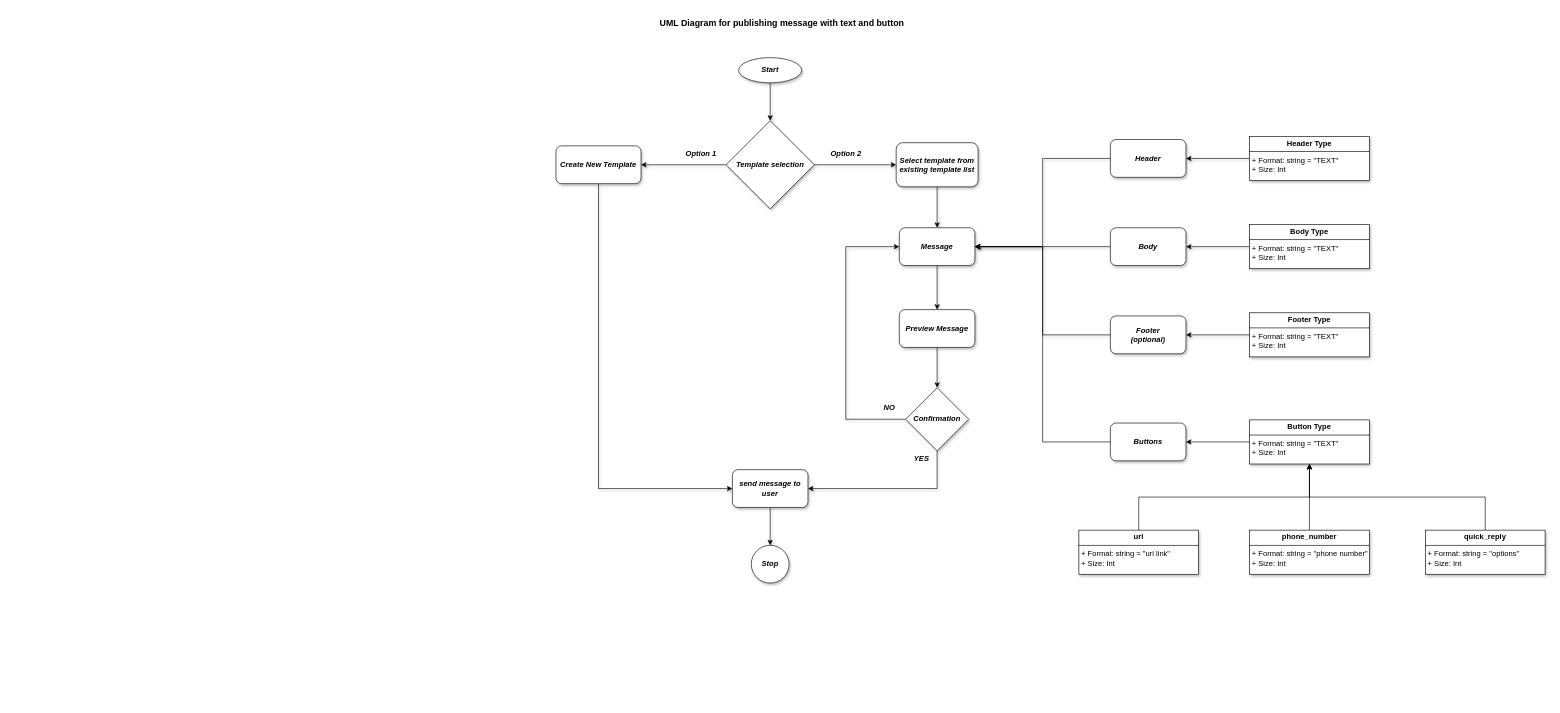
Before: page "text_with_button" (3 of 4) of uml_diagrams/all_templates.drawio in AbhishekSiddagalla/Whatsapp-cloudAPI, a draw.io diagram. Source tidied: cells renumbered, new cells numbered last; positions are measured from the earlier drawing's top-left corner, leaving out a move shared by most shapes. Both pictures are drawn from the tidied source at 63%, with x=0, y=0 at pixel (556, 13).
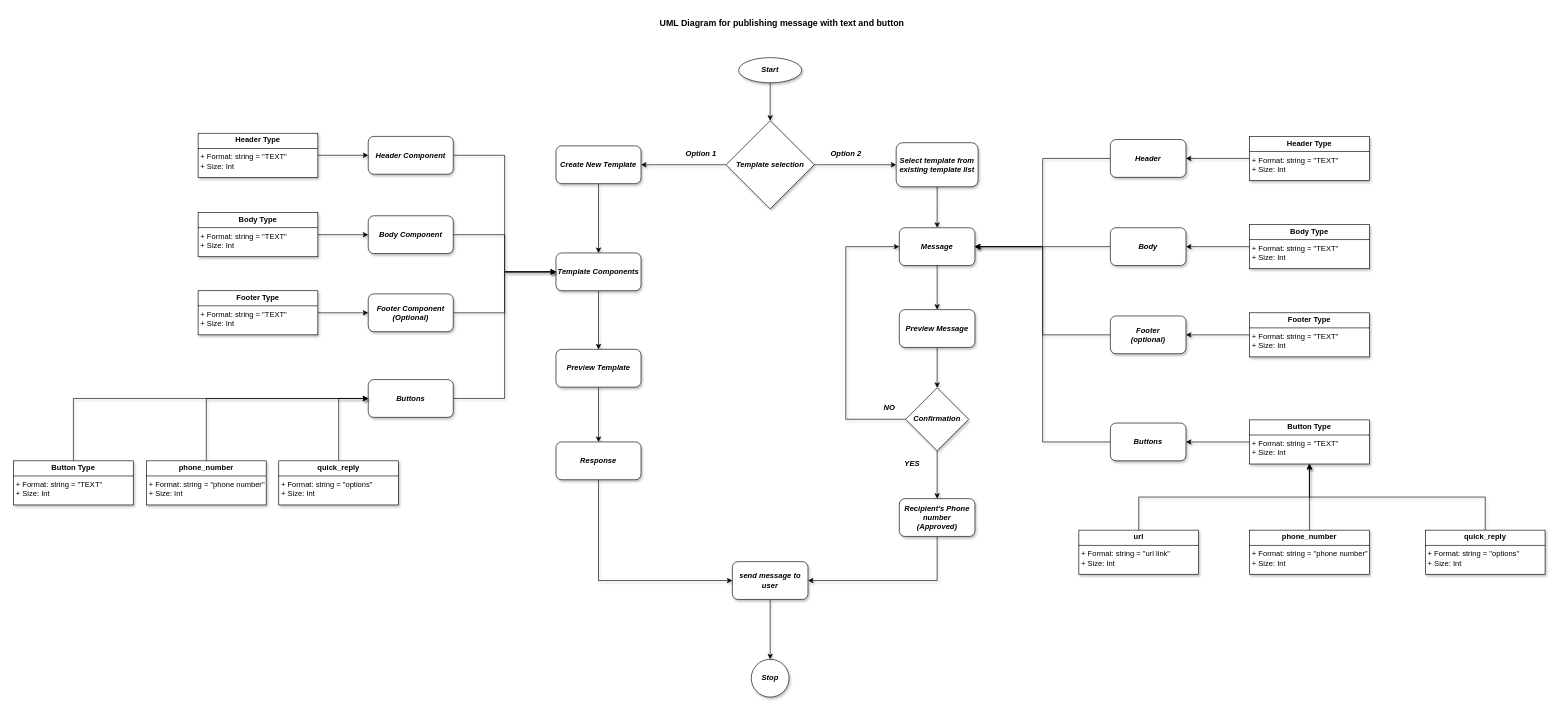
After the change.

Commit message (it also covers changes not shown here):
# uml diagrams for template creation

Unchanged cells that the change refers to:
```xml
<mxCell id="12" value="&lt;b&gt;&lt;i&gt;Create New Template&lt;/i&gt;&lt;/b&gt;" style="rounded=1;whiteSpace=wrap;html=1;shadow=1;" parent="1" vertex="1">
  <mxGeometry y="210" width="135" height="60" as="geometry" />
</mxCell>
<mxCell id="14" value="&lt;b&gt;&lt;i&gt;Message&lt;/i&gt;&lt;/b&gt;" style="rounded=1;whiteSpace=wrap;html=1;shadow=1;" parent="1" vertex="1">
  <mxGeometry x="545" y="340" width="120" height="60" as="geometry" />
</mxCell>
<mxCell id="36" value="&lt;b&gt;&lt;i&gt;Confirmation&lt;/i&gt;&lt;/b&gt;" style="rhombus;whiteSpace=wrap;html=1;shadow=1;" parent="1" vertex="1">
  <mxGeometry x="555" y="594" width="100" height="100" as="geometry" />
</mxCell>
<mxCell id="40" value="&lt;b&gt;&lt;i&gt;Buttons&lt;/i&gt;&lt;/b&gt;" style="rounded=1;whiteSpace=wrap;html=1;shadow=1;" parent="1" vertex="1">
  <mxGeometry x="880" y="650" width="120" height="60" as="geometry" />
</mxCell>
<mxCell id="42" value="&lt;p style=&quot;margin:0px;margin-top:4px;text-align:center;&quot;&gt;&lt;b&gt;Button Type&lt;/b&gt;&lt;/p&gt;&lt;hr size=&quot;1&quot; style=&quot;border-style:solid;&quot;&gt;&lt;p style=&quot;margin:0px;margin-left:4px;&quot;&gt;+ Format: string = &quot;TEXT&quot;&lt;br&gt;+ Size: Int&lt;/p&gt;&lt;p style=&quot;margin:0px;margin-left:4px;&quot;&gt;&lt;br&gt;&lt;/p&gt;" style="verticalAlign=top;align=left;overflow=fill;html=1;whiteSpace=wrap;shadow=1;" parent="1" vertex="1">
  <mxGeometry x="1101" y="645" width="190" height="70" as="geometry" />
</mxCell>
<mxCell id="44" value="&lt;p style=&quot;margin:0px;margin-top:4px;text-align:center;&quot;&gt;&lt;b&gt;url&lt;/b&gt;&lt;/p&gt;&lt;hr size=&quot;1&quot; style=&quot;border-style:solid;&quot;&gt;&lt;p style=&quot;margin:0px;margin-left:4px;&quot;&gt;+ Format: string = &quot;url link&quot;&lt;br&gt;+ Size: Int&lt;/p&gt;&lt;p style=&quot;margin:0px;margin-left:4px;&quot;&gt;&lt;br&gt;&lt;/p&gt;" style="verticalAlign=top;align=left;overflow=fill;html=1;whiteSpace=wrap;shadow=1;" parent="1" vertex="1">
  <mxGeometry x="830" y="820" width="190" height="70" as="geometry" />
</mxCell>
<mxCell id="46" value="&lt;p style=&quot;margin:0px;margin-top:4px;text-align:center;&quot;&gt;&lt;b&gt;phone_number&lt;/b&gt;&lt;/p&gt;&lt;hr size=&quot;1&quot; style=&quot;border-style:solid;&quot;&gt;&lt;p style=&quot;margin:0px;margin-left:4px;&quot;&gt;+ Format: string = &quot;phone number&quot;&lt;br&gt;+ Size: Int&lt;/p&gt;&lt;p style=&quot;margin:0px;margin-left:4px;&quot;&gt;&lt;br&gt;&lt;/p&gt;" style="verticalAlign=top;align=left;overflow=fill;html=1;whiteSpace=wrap;shadow=1;" parent="1" vertex="1">
  <mxGeometry x="1101" y="820" width="190" height="70" as="geometry" />
</mxCell>
<mxCell id="48" value="&lt;p style=&quot;margin:0px;margin-top:4px;text-align:center;&quot;&gt;&lt;b&gt;quick_reply&lt;/b&gt;&lt;/p&gt;&lt;hr size=&quot;1&quot; style=&quot;border-style:solid;&quot;&gt;&lt;p style=&quot;margin:0px;margin-left:4px;&quot;&gt;+ Format: string = &quot;options&quot;&lt;br&gt;+ Size: Int&lt;/p&gt;&lt;p style=&quot;margin:0px;margin-left:4px;&quot;&gt;&lt;br&gt;&lt;/p&gt;" style="verticalAlign=top;align=left;overflow=fill;html=1;whiteSpace=wrap;shadow=1;" parent="1" vertex="1">
  <mxGeometry x="1380" y="820" width="190" height="70" as="geometry" />
</mxCell>
```

Diff of the diagram source:
```diff
@@
-    <mxCell id="11" style="edgeStyle=orthogonalEdgeStyle;rounded=0;jettySize=auto;html=1;exitX=0.5;exitY=1;exitDx=0;exitDy=0;entryX=0;entryY=0.5;entryDx=0;entryDy=0;shadow=1;" parent="1" edge="1" source="12" target="29">
-      <mxGeometry relative="1" as="geometry" />
-    </mxCell>
+    <mxCell id="49" style="edgeStyle=orthogonalEdgeStyle;rounded=0;jettySize=auto;html=1;exitX=0.5;exitY=1;exitDx=0;exitDy=0;shadow=1;" parent="1" edge="1" source="12" target="54">
+      <mxGeometry relative="1" as="geometry" />
+    </mxCell>
@@
     <mxCell id="25" value="&lt;b&gt;&lt;i&gt;Stop&lt;/i&gt;&lt;/b&gt;" style="ellipse;whiteSpace=wrap;html=1;shadow=1;" parent="1" vertex="1">
-      <mxGeometry x="310" y="844" width="60" height="60" as="geometry" />
+      <mxGeometry x="310" y="1025" width="60" height="60" as="geometry" />
     </mxCell>
@@
     <mxCell id="29" value="&lt;b&gt;&lt;i&gt;send message to user&lt;/i&gt;&lt;/b&gt;" style="rounded=1;whiteSpace=wrap;html=1;shadow=1;" parent="1" vertex="1">
-      <mxGeometry x="280" y="724" width="120" height="60" as="geometry" />
+      <mxGeometry x="280" y="870" width="120" height="60" as="geometry" />
     </mxCell>
@@
-    <mxCell id="35" style="edgeStyle=orthogonalEdgeStyle;rounded=0;jettySize=auto;html=1;exitX=0.5;exitY=1;exitDx=0;exitDy=0;entryX=1;entryY=0.5;entryDx=0;entryDy=0;shadow=1;" parent="1" edge="1" source="36" target="29">
-      <mxGeometry relative="1" as="geometry" />
-    </mxCell>
+    <mxCell id="50" style="edgeStyle=orthogonalEdgeStyle;rounded=0;jettySize=auto;html=1;exitX=0.5;exitY=1;exitDx=0;exitDy=0;shadow=1;" parent="1" edge="1" source="36" target="52">
+      <mxGeometry relative="1" as="geometry" />
+    </mxCell>
@@
     <mxCell id="38" value="&lt;b&gt;&lt;i&gt;YES&lt;/i&gt;&lt;/b&gt;" style="text;html=1;align=center;verticalAlign=middle;strokeColor=none;fillColor=none;shadow=1;" parent="1" vertex="1">
-      <mxGeometry x="555" y="692" width="50" height="30" as="geometry" />
+      <mxGeometry x="540" y="700" width="50" height="30" as="geometry" />
     </mxCell>
-    <mxCell id="39" style="edgeStyle=orthogonalEdgeStyle;rounded=0;jettySize=auto;html=1;exitX=0;exitY=0.5;exitDx=0;exitDy=0;entryX=1;entryY=0.5;entryDx=0;entryDy=0;" parent="1" edge="1" source="40" target="14">
+    <mxCell id="39" style="edgeStyle=orthogonalEdgeStyle;rounded=0;jettySize=auto;html=1;exitX=0;exitY=0.5;exitDx=0;exitDy=0;entryX=1;entryY=0.5;entryDx=0;entryDy=0;shadow=1;" parent="1" edge="1" source="40" target="14">
       <mxGeometry relative="1" as="geometry" />
     </mxCell>
@@
-    <mxCell id="41" style="edgeStyle=orthogonalEdgeStyle;rounded=0;jettySize=auto;html=1;exitX=0;exitY=0.5;exitDx=0;exitDy=0;" parent="1" edge="1" source="42" target="40">
+    <mxCell id="41" style="edgeStyle=orthogonalEdgeStyle;rounded=0;jettySize=auto;html=1;exitX=0;exitY=0.5;exitDx=0;exitDy=0;shadow=1;" parent="1" edge="1" source="42" target="40">
       <mxGeometry relative="1" as="geometry" />
     </mxCell>
@@
-    <mxCell id="43" style="edgeStyle=orthogonalEdgeStyle;rounded=0;jettySize=auto;html=1;exitX=0.5;exitY=0;exitDx=0;exitDy=0;entryX=0.5;entryY=1;entryDx=0;entryDy=0;" parent="1" edge="1" source="44" target="42">
+    <mxCell id="43" style="edgeStyle=orthogonalEdgeStyle;rounded=0;jettySize=auto;html=1;exitX=0.5;exitY=0;exitDx=0;exitDy=0;entryX=0.5;entryY=1;entryDx=0;entryDy=0;shadow=1;" parent="1" edge="1" source="44" target="42">
       <mxGeometry relative="1" as="geometry" />
     </mxCell>
@@
-    <mxCell id="45" style="edgeStyle=orthogonalEdgeStyle;rounded=0;jettySize=auto;html=1;exitX=0.5;exitY=0;exitDx=0;exitDy=0;entryX=0.5;entryY=1;entryDx=0;entryDy=0;" parent="1" edge="1" source="46" target="42">
+    <mxCell id="45" style="edgeStyle=orthogonalEdgeStyle;rounded=0;jettySize=auto;html=1;exitX=0.5;exitY=0;exitDx=0;exitDy=0;entryX=0.5;entryY=1;entryDx=0;entryDy=0;shadow=1;" parent="1" edge="1" source="46" target="42">
       <mxGeometry relative="1" as="geometry" />
     </mxCell>
@@
-    <mxCell id="47" style="edgeStyle=orthogonalEdgeStyle;rounded=0;jettySize=auto;html=1;exitX=0.5;exitY=0;exitDx=0;exitDy=0;entryX=0.5;entryY=1;entryDx=0;entryDy=0;" parent="1" edge="1" source="48" target="42">
+    <mxCell id="47" style="edgeStyle=orthogonalEdgeStyle;rounded=0;jettySize=auto;html=1;exitX=0.5;exitY=0;exitDx=0;exitDy=0;entryX=0.5;entryY=1;entryDx=0;entryDy=0;shadow=1;" parent="1" edge="1" source="48" target="42">
       <mxGeometry relative="1" as="geometry" />
     </mxCell>
@@
+    <mxCell id="51" style="edgeStyle=orthogonalEdgeStyle;rounded=0;jettySize=auto;html=1;exitX=0.5;exitY=1;exitDx=0;exitDy=0;entryX=1;entryY=0.5;entryDx=0;entryDy=0;shadow=1;" parent="1" edge="1" source="52" target="29">
+      <mxGeometry relative="1" as="geometry" />
+    </mxCell>
+    <mxCell id="52" value="&lt;b&gt;&lt;i&gt;Recipient's Phone number&lt;br&gt;(Approved)&lt;/i&gt;&lt;/b&gt;" style="rounded=1;whiteSpace=wrap;html=1;shadow=1;" parent="1" vertex="1">
+      <mxGeometry x="545" y="770" width="120" height="60" as="geometry" />
+    </mxCell>
+    <mxCell id="53" style="edgeStyle=orthogonalEdgeStyle;rounded=0;jettySize=auto;html=1;exitX=0.5;exitY=1;exitDx=0;exitDy=0;shadow=1;" parent="1" edge="1" source="54" target="56">
+      <mxGeometry relative="1" as="geometry" />
+    </mxCell>
+    <mxCell id="54" value="&lt;b&gt;&lt;i&gt;Template Components&lt;/i&gt;&lt;/b&gt;" style="rounded=1;whiteSpace=wrap;html=1;shadow=1;" parent="1" vertex="1">
+      <mxGeometry y="380" width="135" height="60" as="geometry" />
+    </mxCell>
+    <mxCell id="55" style="edgeStyle=orthogonalEdgeStyle;rounded=0;jettySize=auto;html=1;exitX=0.5;exitY=1;exitDx=0;exitDy=0;shadow=1;" parent="1" edge="1" source="56" target="58">
+      <mxGeometry relative="1" as="geometry" />
+    </mxCell>
+    <mxCell id="56" value="&lt;b&gt;&lt;i&gt;Preview Template&lt;/i&gt;&lt;/b&gt;" style="rounded=1;whiteSpace=wrap;html=1;shadow=1;" parent="1" vertex="1">
+      <mxGeometry y="533" width="135" height="60" as="geometry" />
+    </mxCell>
+    <mxCell id="57" style="edgeStyle=orthogonalEdgeStyle;rounded=0;jettySize=auto;html=1;exitX=0.5;exitY=1;exitDx=0;exitDy=0;entryX=0;entryY=0.5;entryDx=0;entryDy=0;shadow=1;" parent="1" edge="1" source="58" target="29">
+      <mxGeometry relative="1" as="geometry" />
+    </mxCell>
+    <mxCell id="58" value="&lt;b&gt;&lt;i&gt;Response&lt;/i&gt;&lt;/b&gt;" style="rounded=1;whiteSpace=wrap;html=1;shadow=1;" parent="1" vertex="1">
+      <mxGeometry y="680" width="135" height="60" as="geometry" />
+    </mxCell>
+    <mxCell id="59" style="edgeStyle=orthogonalEdgeStyle;rounded=0;jettySize=auto;html=1;exitX=1;exitY=0.5;exitDx=0;exitDy=0;entryX=0;entryY=0.5;entryDx=0;entryDy=0;shadow=1;" parent="1" edge="1" source="60" target="54">
+      <mxGeometry relative="1" as="geometry" />
+    </mxCell>
+    <mxCell id="60" value="&lt;b&gt;&lt;i&gt;Header Component&lt;/i&gt;&lt;/b&gt;" style="rounded=1;whiteSpace=wrap;html=1;shadow=1;" parent="1" vertex="1">
+      <mxGeometry x="-298" y="195" width="135" height="60" as="geometry" />
+    </mxCell>
+    <mxCell id="61" style="edgeStyle=orthogonalEdgeStyle;rounded=0;jettySize=auto;html=1;exitX=1;exitY=0.5;exitDx=0;exitDy=0;entryX=0;entryY=0.5;entryDx=0;entryDy=0;shadow=1;" parent="1" edge="1" source="62" target="54">
+      <mxGeometry relative="1" as="geometry" />
+    </mxCell>
+    <mxCell id="62" value="&lt;b&gt;&lt;i&gt;Body Component&lt;/i&gt;&lt;/b&gt;" style="rounded=1;whiteSpace=wrap;html=1;shadow=1;" parent="1" vertex="1">
+      <mxGeometry x="-298" y="321" width="135" height="60" as="geometry" />
+    </mxCell>
+    <mxCell id="63" style="edgeStyle=orthogonalEdgeStyle;rounded=0;jettySize=auto;html=1;exitX=1;exitY=0.5;exitDx=0;exitDy=0;entryX=0;entryY=0.5;entryDx=0;entryDy=0;shadow=1;" parent="1" edge="1" source="64" target="54">
+      <mxGeometry relative="1" as="geometry" />
+    </mxCell>
+    <mxCell id="64" value="&lt;b&gt;&lt;i&gt;Footer Component&lt;br&gt;(Optional)&lt;/i&gt;&lt;/b&gt;" style="rounded=1;whiteSpace=wrap;html=1;shadow=1;" parent="1" vertex="1">
+      <mxGeometry x="-298" y="445" width="135" height="60" as="geometry" />
+    </mxCell>
+    <mxCell id="65" style="edgeStyle=orthogonalEdgeStyle;rounded=0;jettySize=auto;html=1;exitX=1;exitY=0.5;exitDx=0;exitDy=0;entryX=0;entryY=0.5;entryDx=0;entryDy=0;shadow=1;" parent="1" edge="1" source="66" target="60">
+      <mxGeometry relative="1" as="geometry" />
+    </mxCell>
+    <mxCell id="66" value="&lt;p style=&quot;margin:0px;margin-top:4px;text-align:center;&quot;&gt;&lt;b&gt;Header Type&lt;/b&gt;&lt;/p&gt;&lt;hr size=&quot;1&quot; style=&quot;border-style:solid;&quot;&gt;&lt;p style=&quot;margin:0px;margin-left:4px;&quot;&gt;+ Format: string = &quot;TEXT&quot;&lt;br&gt;+ Size: Int&lt;/p&gt;&lt;p style=&quot;margin:0px;margin-left:4px;&quot;&gt;&lt;br&gt;&lt;/p&gt;" style="verticalAlign=top;align=left;overflow=fill;html=1;whiteSpace=wrap;shadow=1;" parent="1" vertex="1">
+      <mxGeometry x="-568" y="190" width="190" height="70" as="geometry" />
+    </mxCell>
+    <mxCell id="67" style="edgeStyle=orthogonalEdgeStyle;rounded=0;jettySize=auto;html=1;exitX=1;exitY=0.5;exitDx=0;exitDy=0;entryX=0;entryY=0.5;entryDx=0;entryDy=0;shadow=1;" parent="1" edge="1" source="68" target="62">
+      <mxGeometry relative="1" as="geometry" />
+    </mxCell>
+    <mxCell id="68" value="&lt;p style=&quot;margin:0px;margin-top:4px;text-align:center;&quot;&gt;&lt;b&gt;Body Type&lt;/b&gt;&lt;/p&gt;&lt;hr size=&quot;1&quot; style=&quot;border-style:solid;&quot;&gt;&lt;p style=&quot;margin:0px;margin-left:4px;&quot;&gt;+ Format: string = &quot;TEXT&quot;&lt;br&gt;+ Size: Int&lt;/p&gt;&lt;p style=&quot;margin:0px;margin-left:4px;&quot;&gt;&lt;br&gt;&lt;/p&gt;" style="verticalAlign=top;align=left;overflow=fill;html=1;whiteSpace=wrap;shadow=1;" parent="1" vertex="1">
+      <mxGeometry x="-568" y="316" width="190" height="70" as="geometry" />
+    </mxCell>
+    <mxCell id="69" style="edgeStyle=orthogonalEdgeStyle;rounded=0;jettySize=auto;html=1;exitX=1;exitY=0.5;exitDx=0;exitDy=0;entryX=0;entryY=0.5;entryDx=0;entryDy=0;shadow=1;" parent="1" edge="1" source="70" target="64">
+      <mxGeometry relative="1" as="geometry" />
+    </mxCell>
+    <mxCell id="70" value="&lt;p style=&quot;margin:0px;margin-top:4px;text-align:center;&quot;&gt;&lt;b&gt;Footer Type&lt;/b&gt;&lt;/p&gt;&lt;hr size=&quot;1&quot; style=&quot;border-style:solid;&quot;&gt;&lt;p style=&quot;margin:0px;margin-left:4px;&quot;&gt;+ Format: string = &quot;TEXT&quot;&lt;br&gt;+ Size: Int&lt;/p&gt;&lt;p style=&quot;margin:0px;margin-left:4px;&quot;&gt;&lt;br&gt;&lt;/p&gt;" style="verticalAlign=top;align=left;overflow=fill;html=1;whiteSpace=wrap;shadow=1;" parent="1" vertex="1">
+      <mxGeometry x="-568" y="440" width="190" height="70" as="geometry" />
+    </mxCell>
+    <mxCell id="71" style="edgeStyle=orthogonalEdgeStyle;rounded=0;jettySize=auto;html=1;exitX=1;exitY=0.5;exitDx=0;exitDy=0;entryX=0;entryY=0.5;entryDx=0;entryDy=0;shadow=1;" parent="1" edge="1" source="72" target="54">
+      <mxGeometry relative="1" as="geometry" />
+    </mxCell>
+    <mxCell id="72" value="&lt;b&gt;&lt;i&gt;Buttons&lt;/i&gt;&lt;/b&gt;" style="rounded=1;whiteSpace=wrap;html=1;shadow=1;" parent="1" vertex="1">
+      <mxGeometry x="-298" y="581" width="135" height="60" as="geometry" />
+    </mxCell>
+    <mxCell id="73" style="edgeStyle=orthogonalEdgeStyle;rounded=0;jettySize=auto;html=1;exitX=0.5;exitY=0;exitDx=0;exitDy=0;entryX=0;entryY=0.5;entryDx=0;entryDy=0;shadow=1;" parent="1" edge="1" source="74" target="72">
+      <mxGeometry relative="1" as="geometry" />
+    </mxCell>
+    <mxCell id="74" value="&lt;p style=&quot;margin:0px;margin-top:4px;text-align:center;&quot;&gt;&lt;b&gt;Button Type&lt;/b&gt;&lt;/p&gt;&lt;hr size=&quot;1&quot; style=&quot;border-style:solid;&quot;&gt;&lt;p style=&quot;margin:0px;margin-left:4px;&quot;&gt;+ Format: string = &quot;TEXT&quot;&lt;br&gt;+ Size: Int&lt;/p&gt;&lt;p style=&quot;margin:0px;margin-left:4px;&quot;&gt;&lt;br&gt;&lt;/p&gt;" style="verticalAlign=top;align=left;overflow=fill;html=1;whiteSpace=wrap;shadow=1;" parent="1" vertex="1">
+      <mxGeometry x="-861" y="710" width="190" height="70" as="geometry" />
+    </mxCell>
+    <mxCell id="75" style="edgeStyle=orthogonalEdgeStyle;rounded=0;jettySize=auto;html=1;exitX=0.5;exitY=0;exitDx=0;exitDy=0;entryX=0;entryY=0.5;entryDx=0;entryDy=0;shadow=1;" parent="1" edge="1" source="76" target="72">
+      <mxGeometry relative="1" as="geometry" />
+    </mxCell>
+    <mxCell id="76" value="&lt;p style=&quot;margin:0px;margin-top:4px;text-align:center;&quot;&gt;&lt;b&gt;phone_number&lt;/b&gt;&lt;/p&gt;&lt;hr size=&quot;1&quot; style=&quot;border-style:solid;&quot;&gt;&lt;p style=&quot;margin:0px;margin-left:4px;&quot;&gt;+ Format: string = &quot;phone number&quot;&lt;br&gt;+ Size: Int&lt;/p&gt;&lt;p style=&quot;margin:0px;margin-left:4px;&quot;&gt;&lt;br&gt;&lt;/p&gt;" style="verticalAlign=top;align=left;overflow=fill;html=1;whiteSpace=wrap;shadow=1;" parent="1" vertex="1">
+      <mxGeometry x="-650" y="710" width="190" height="70" as="geometry" />
+    </mxCell>
+    <mxCell id="77" style="edgeStyle=orthogonalEdgeStyle;rounded=0;jettySize=auto;html=1;exitX=0.5;exitY=0;exitDx=0;exitDy=0;entryX=0;entryY=0.5;entryDx=0;entryDy=0;shadow=1;" parent="1" edge="1" source="78" target="72">
+      <mxGeometry relative="1" as="geometry" />
+    </mxCell>
+    <mxCell id="78" value="&lt;p style=&quot;margin:0px;margin-top:4px;text-align:center;&quot;&gt;&lt;b&gt;quick_reply&lt;/b&gt;&lt;/p&gt;&lt;hr size=&quot;1&quot; style=&quot;border-style:solid;&quot;&gt;&lt;p style=&quot;margin:0px;margin-left:4px;&quot;&gt;+ Format: string = &quot;options&quot;&lt;br&gt;+ Size: Int&lt;/p&gt;&lt;p style=&quot;margin:0px;margin-left:4px;&quot;&gt;&lt;br&gt;&lt;/p&gt;" style="verticalAlign=top;align=left;overflow=fill;html=1;whiteSpace=wrap;shadow=1;" parent="1" vertex="1">
+      <mxGeometry x="-440" y="710" width="190" height="70" as="geometry" />
+    </mxCell>
```
